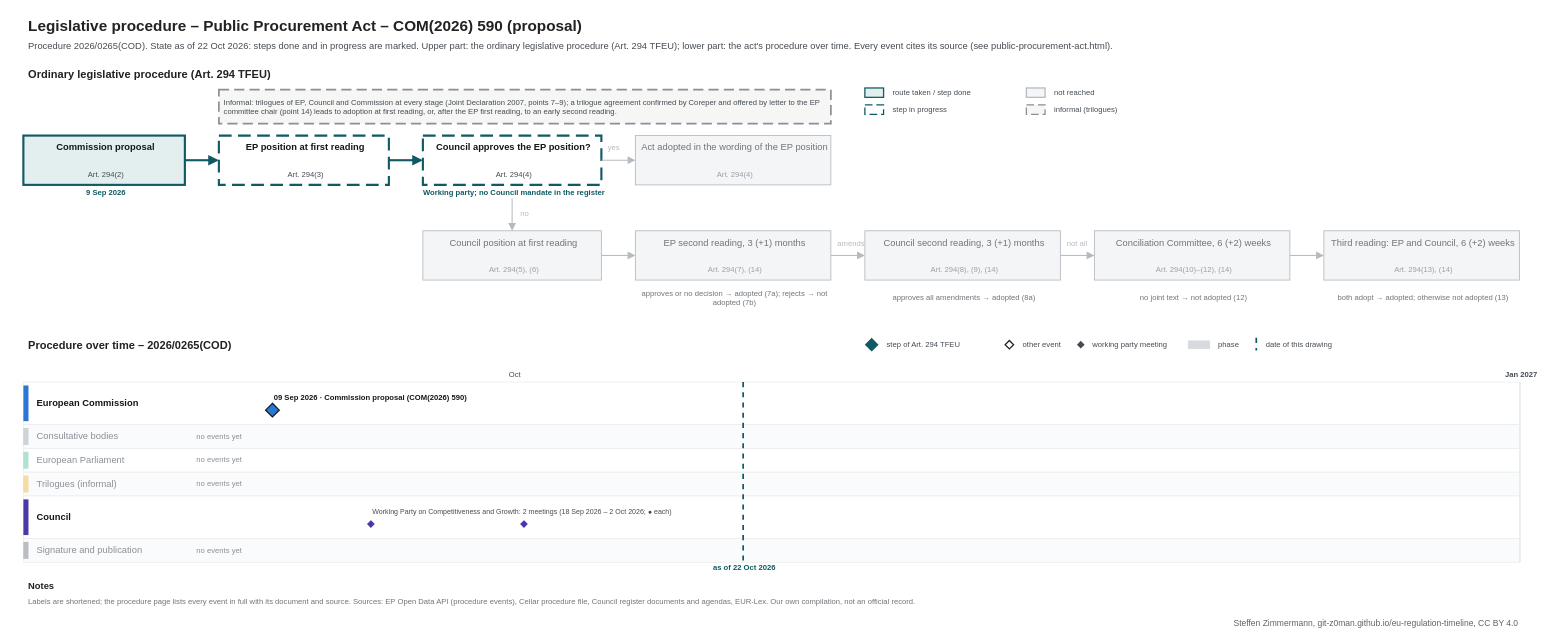
This is procedures/public-procurement-act.drawio from git-z0man/eu-regulation-timeline, a draw.io file, before an edit. Source tidied: cells renumbered, new cells numbered last; positions are measured from the earlier drawing's top-left corner, leaving out a move shared by most shapes. Both pictures are drawn from the tidied source at 85%, with x=0, y=0 at pixel (14, 14).
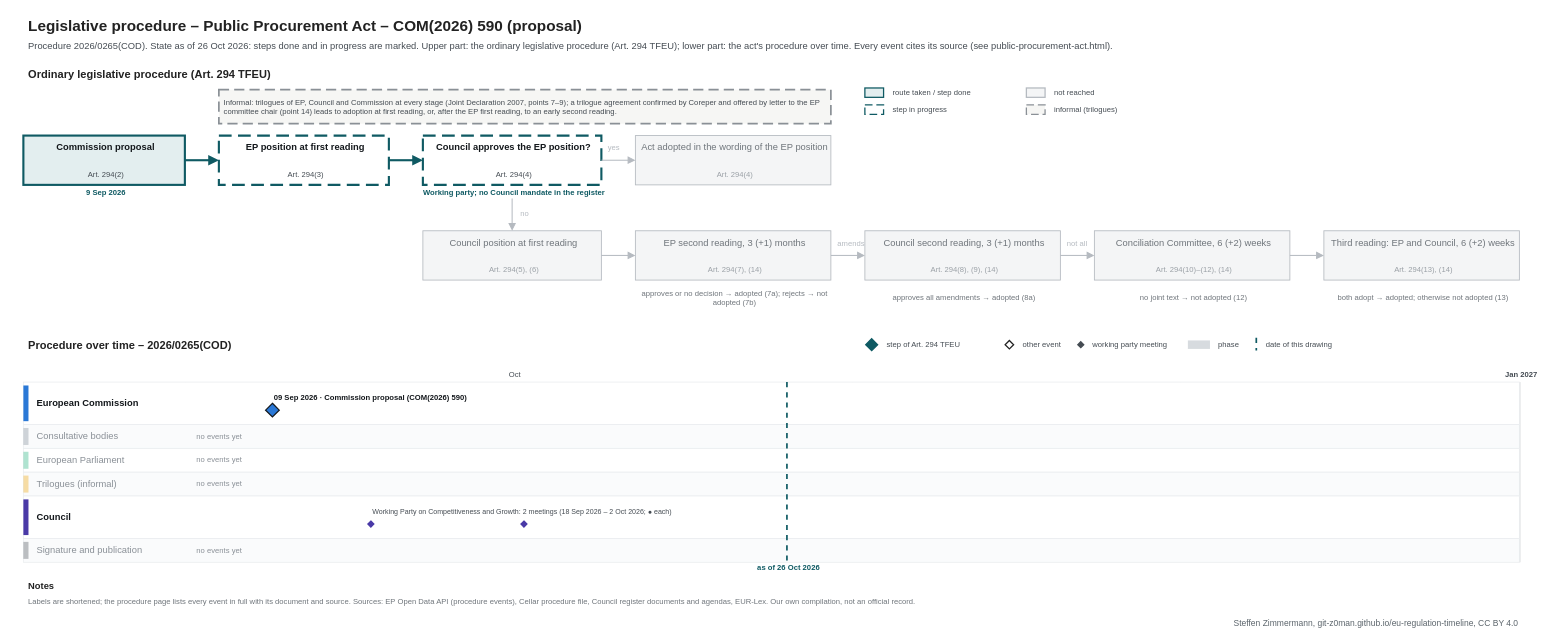
After the change.

Diff of the diagram source:
```diff
@@
-    <mxCell id="3" value="Procedure 2026/0265(COD). State as of 22 Oct 2026: steps done and in progress are marked. Upper part: the ordinary legislative procedure (Art. 294 TFEU); lower part: the act's procedure over time. Every event cites its source (see public-procurement-act.html)." style="text;html=1;fontSize=11;fontColor=#454c53;align=left;verticalAlign=middle;spacingLeft=4;" parent="1" vertex="1">
+    <mxCell id="3" value="Procedure 2026/0265(COD). State as of 26 Oct 2026: steps done and in progress are marked. Upper part: the ordinary legislative procedure (Art. 294 TFEU); lower part: the act's procedure over time. Every event cites its source (see public-procurement-act.html)." style="text;html=1;fontSize=11;fontColor=#454c53;align=left;verticalAlign=middle;spacingLeft=4;" parent="1" vertex="1">
       <mxGeometry x="10" y="28" width="1700" height="18" as="geometry" />
     </mxCell>
@@
     <mxCell id="100" style="line;html=1;strokeWidth=2;strokeColor=#0f5a63;direction=south;dashed=1;" parent="1" vertex="1">
-      <mxGeometry x="856.3" y="432" width="1" height="212" as="geometry" />
+      <mxGeometry x="907.8" y="432" width="1" height="212" as="geometry" />
     </mxCell>
-    <mxCell id="101" value="as of 22 Oct 2026" style="text;html=1;fontSize=9;fontColor=#0f5a63;align=center;verticalAlign=middle;spacingLeft=4;fontStyle=1;" parent="1" vertex="1">
-      <mxGeometry x="796.3" y="645" width="120" height="12" as="geometry" />
+    <mxCell id="101" value="as of 26 Oct 2026" style="text;html=1;fontSize=9;fontColor=#0f5a63;align=center;verticalAlign=middle;spacingLeft=4;fontStyle=1;" parent="1" vertex="1">
+      <mxGeometry x="847.8" y="645" width="120" height="12" as="geometry" />
     </mxCell>
```
